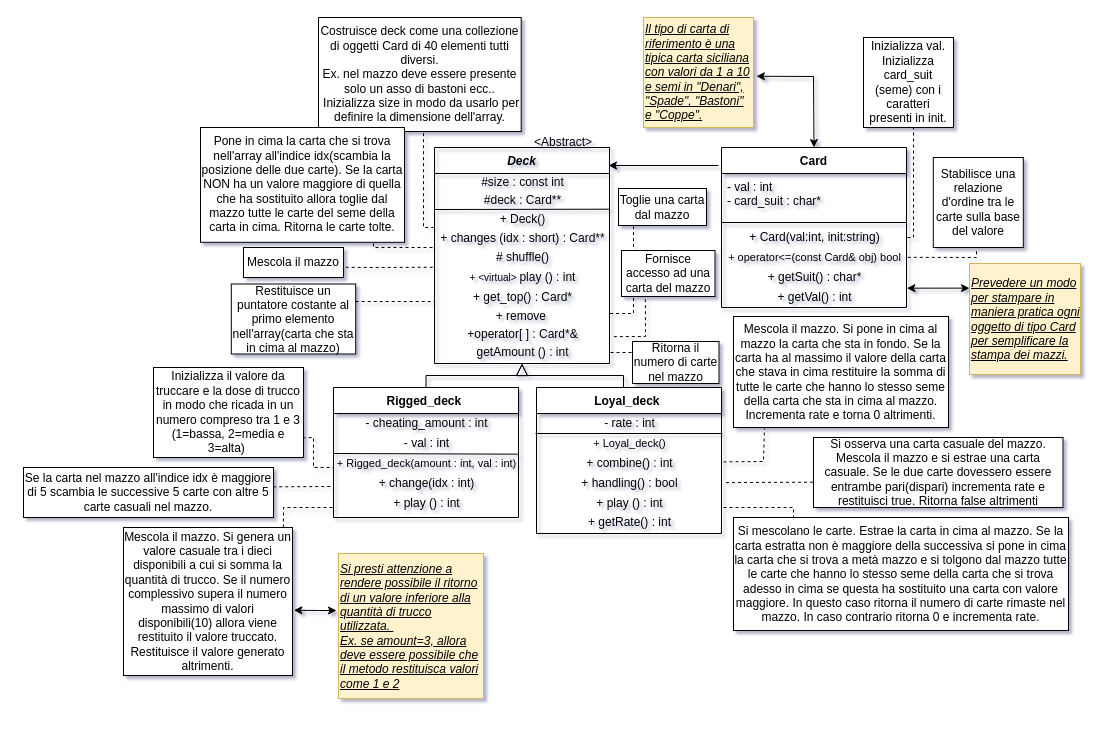
Above: Lab.-ProgI-AA-2022/Deck/DiagrammaDeck.drawio in nameisalfio/ProgI (draw.io), before the change. Source tidied: cells renumbered, new cells numbered last; positions are measured from the earlier drawing's top-left corner, leaving out a move shared by most shapes. Both pictures are drawn from the tidied source at 100%, with x=0, y=0 at pixel (23, 17).
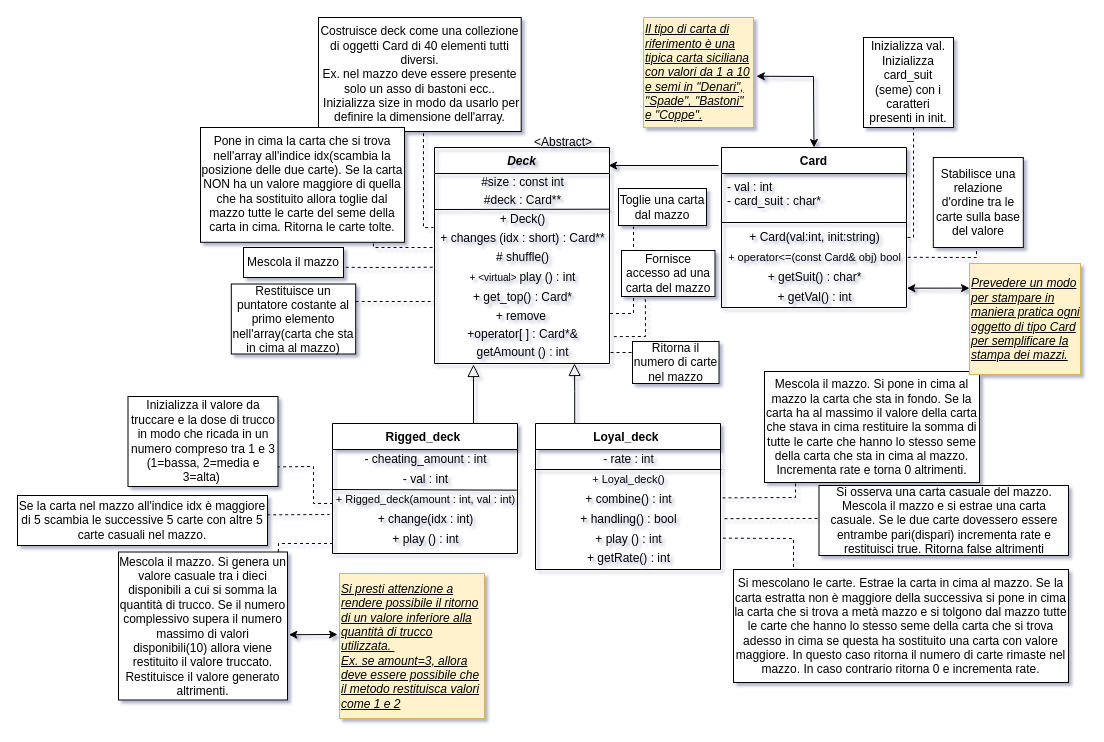
The same diagram, later.

The change refers to these unchanged cells:
```xml
<mxCell id="2" value="Deck" style="swimlane;fontStyle=3;align=center;verticalAlign=top;horizontal=1;startSize=26;rounded=0;shadow=0;strokeWidth=1;fillColor=none;" parent="1" vertex="1">
  <mxGeometry x="411" y="130" width="175" height="216" as="geometry" />
</mxCell>
<mxCell id="18" value="&lt;font style=&quot;font-size: 11px;&quot;&gt;+ Rigged_deck(amount : int, val : int)&lt;/font&gt;" style="text;html=1;align=center;verticalAlign=middle;points=[];strokeColor=none;fillColor=none;rounded=0;" parent="14" vertex="1">
  <mxGeometry y="66" width="185" height="20" as="geometry" />
</mxCell>
<mxCell id="20" value="+ play () : int" style="text;html=1;align=center;verticalAlign=middle;points=[];strokeColor=none;fillColor=none;rounded=0;" parent="14" vertex="1">
  <mxGeometry y="106" width="185" height="20" as="geometry" />
</mxCell>
<mxCell id="58" value="+ combine() : int" style="text;html=1;align=center;verticalAlign=middle;points=[];strokeColor=none;fillColor=none;rounded=0;" parent="54" vertex="1">
  <mxGeometry y="66" width="185" height="20" as="geometry" />
</mxCell>
<mxCell id="59" value="+ handling() : bool" style="text;html=1;align=center;verticalAlign=middle;points=[];strokeColor=none;fillColor=none;rounded=0;" parent="54" vertex="1">
  <mxGeometry y="86" width="185" height="20" as="geometry" />
</mxCell>
<mxCell id="60" value="+ play () : int" style="text;html=1;align=center;verticalAlign=middle;points=[];strokeColor=none;fillColor=none;rounded=0;" parent="54" vertex="1">
  <mxGeometry y="106" width="185" height="20" as="geometry" />
</mxCell>
```

What changed in the source:
```diff
@@
     <mxCell id="14" value="Rigged_deck " style="swimlane;fontStyle=1;align=center;verticalAlign=top;horizontal=1;startSize=26;rounded=0;shadow=0;strokeWidth=1;" parent="1" vertex="1">
-      <mxGeometry x="310" y="370" width="185" height="130" as="geometry" />
+      <mxGeometry x="309" y="406" width="185" height="130" as="geometry" />
     </mxCell>
@@
-    <mxCell id="21" style="endArrow=block;endSize=10;endFill=0;shadow=0;strokeWidth=1;rounded=0;edgeStyle=elbowEdgeStyle;elbow=vertical;" parent="1" edge="1" source="14" target="2">
-      <mxGeometry relative="1" as="geometry" />
+    <mxCell id="21" style="endArrow=block;endSize=10;endFill=0;shadow=0;strokeWidth=1;rounded=0;edgeStyle=elbowEdgeStyle;elbow=vertical;" parent="1" edge="1" source="14">
+      <mxGeometry relative="1" as="geometry">
+        <mxPoint x="450" y="347" as="targetPoint" />
+        <Array as="points">
+          <mxPoint x="450" y="361" />
+        </Array>
+      </mxGeometry>
     </mxCell>
     <mxCell id="22" style="edgeStyle=orthogonalEdgeStyle;rounded=0;orthogonalLoop=1;jettySize=auto;html=1;exitX=1;exitY=1;exitDx=0;exitDy=0;fontSize=12;" parent="1" edge="1">
       <mxGeometry relative="1" as="geometry">
-        <mxPoint x="680" y="490" as="sourcePoint" />
-        <mxPoint x="680" y="490.1" as="targetPoint" />
+        <mxPoint x="679" y="526" as="sourcePoint" />
+        <mxPoint x="679" y="526.1" as="targetPoint" />
       </mxGeometry>
     </mxCell>
-    <mxCell id="23" style="endArrow=block;endSize=10;endFill=0;shadow=0;strokeWidth=1;rounded=0;edgeStyle=elbowEdgeStyle;elbow=vertical;" parent="1" edge="1" target="2">
+    <mxCell id="23" style="endArrow=block;endSize=10;endFill=0;shadow=0;strokeWidth=1;rounded=0;edgeStyle=elbowEdgeStyle;elbow=vertical;exitX=0.212;exitY=-0.002;exitDx=0;exitDy=0;exitPerimeter=0;" parent="1" edge="1" source="54" target="2">
       <mxGeometry relative="1" as="geometry">
-        <mxPoint x="600" y="370" as="sourcePoint" />
+        <Array as="points">
+          <mxPoint x="551" y="374" />
+          <mxPoint x="551" y="372" />
+          <mxPoint x="499" y="376" />
+        </Array>
       </mxGeometry>
     </mxCell>
@@
     <mxCell id="47" style="endArrow=none;dashed=1;html=1;rounded=0;entryX=0;entryY=0.7;entryDx=0;entryDy=0;entryPerimeter=0;exitX=0.994;exitY=0.782;exitDx=0;exitDy=0;exitPerimeter=0;" parent="1" edge="1" source="48" target="18">
       <mxGeometry relative="1" as="geometry">
         <Array as="points">
-          <mxPoint x="290" y="420" />
-          <mxPoint x="290" y="450" />
+          <mxPoint x="290" y="449" />
+          <mxPoint x="290" y="486" />
         </Array>
       </mxGeometry>
     </mxCell>
     <mxCell id="48" value="Inizializza il valore da truccare e la dose di trucco in modo che ricada in un numero compreso tra 1 e 3 (1=bassa, 2=media e 3=alta)&amp;nbsp;" style="rounded=0;whiteSpace=wrap;html=1;" parent="1" vertex="1">
-      <mxGeometry x="130" y="350" width="150" height="90" as="geometry" />
+      <mxGeometry x="104.5" y="379" width="150" height="90" as="geometry" />
     </mxCell>
     <mxCell id="49" value="Mescola il mazzo. Si genera un valore casuale tra i dieci disponibili a cui si somma la quantità di trucco. Se il numero complessivo supera il numero massimo di valori disponibili(10) allora viene restituito il valore truccato. Restituisce il valore generato altrimenti." style="rounded=0;whiteSpace=wrap;html=1;" parent="1" vertex="1">
-      <mxGeometry x="100" y="510" width="169" height="148" as="geometry" />
+      <mxGeometry x="95" y="534.5" width="169" height="148" as="geometry" />
     </mxCell>
     <mxCell id="50" style="endArrow=none;dashed=1;html=1;rounded=0;fontSize=11;exitX=0.946;exitY=0;exitDx=0;exitDy=0;exitPerimeter=0;entryX=0;entryY=0.7;entryDx=0;entryDy=0;entryPerimeter=0;" parent="1" edge="1" source="49" target="20">
       <mxGeometry relative="1" as="geometry">
         <Array as="points">
-          <mxPoint x="260" y="490" />
+          <mxPoint x="255" y="526" />
         </Array>
       </mxGeometry>
     </mxCell>
     <mxCell id="51" value="Si mescolano le carte. Estrae la carta in cima al mazzo. Se la carta estratta non è maggiore della successiva si pone in cima la carta che si trova a metà mazzo e si tolgono dal mazzo tutte le carte che hanno lo stesso seme della carta che si trova adesso in cima se questa ha sostituito una carta con valore maggiore. In questo caso ritorna il numero di carte rimaste nel mazzo. In caso contrario ritorna 0 e incrementa rate." style="rounded=0;whiteSpace=wrap;html=1;" parent="1" vertex="1">
-      <mxGeometry x="710" y="500" width="335" height="113" as="geometry" />
+      <mxGeometry x="710" y="552" width="335" height="113" as="geometry" />
     </mxCell>
     <mxCell id="52" value="Se la carta nel mazzo all'indice idx è maggiore di 5 scambia le successive 5 carte con altre 5 carte casuali nel mazzo." style="rounded=0;whiteSpace=wrap;html=1;" parent="1" vertex="1">
-      <mxGeometry y="450" width="250" height="50" as="geometry" />
+      <mxGeometry x="-6" y="478" width="250" height="50" as="geometry" />
     </mxCell>
     <mxCell id="53" style="endArrow=none;dashed=1;html=1;rounded=0;fontSize=11;exitX=0.999;exitY=0.387;exitDx=0;exitDy=0;exitPerimeter=0;" parent="1" edge="1" source="52">
       <mxGeometry relative="1" as="geometry">
-        <mxPoint x="309" y="469" as="targetPoint" />
+        <mxPoint x="306" y="497" as="targetPoint" />
       </mxGeometry>
     </mxCell>
     <mxCell id="54" value="Loyal_deck " style="swimlane;fontStyle=1;align=center;verticalAlign=top;horizontal=1;startSize=26;rounded=0;shadow=0;strokeWidth=1;" parent="1" vertex="1">
-      <mxGeometry x="513" y="370" width="185" height="146" as="geometry" />
+      <mxGeometry x="512" y="406" width="185" height="146" as="geometry" />
     </mxCell>
@@
-    <mxCell id="62" style="endArrow=none;dashed=1;html=1;rounded=0;fontSize=12;entryX=0.179;entryY=-0.006;entryDx=0;entryDy=0;entryPerimeter=0;" parent="1" edge="1" target="51">
+    <mxCell id="62" style="endArrow=none;dashed=1;html=1;rounded=0;fontSize=12;entryX=0.179;entryY=-0.006;entryDx=0;entryDy=0;entryPerimeter=0;exitX=1.013;exitY=0.433;exitDx=0;exitDy=0;exitPerimeter=0;" parent="1" edge="1" source="60" target="51">
       <mxGeometry relative="1" as="geometry">
-        <mxPoint x="700" y="490" as="sourcePoint" />
         <Array as="points">
-          <mxPoint x="770" y="490" />
+          <mxPoint x="770" y="521" />
         </Array>
       </mxGeometry>
     </mxCell>
     <mxCell id="63" value="Mescola il mazzo. Si pone in cima al mazzo la carta che sta in fondo. Se la carta ha al massimo il valore della carta che stava in cima restituire la somma di tutte le carte che hanno lo stesso seme della carta che sta in cima al mazzo. Incrementa rate e torna&amp;nbsp;0 altrimenti." style="rounded=0;whiteSpace=wrap;html=1;" parent="1" vertex="1">
-      <mxGeometry x="710" y="299" width="215" height="111" as="geometry" />
+      <mxGeometry x="741" y="354" width="215" height="111" as="geometry" />
     </mxCell>
     <mxCell id="64" style="endArrow=none;dashed=1;html=1;rounded=0;fontSize=12;exitX=1.011;exitY=0.42;exitDx=0;exitDy=0;exitPerimeter=0;entryX=0.144;entryY=1.006;entryDx=0;entryDy=0;entryPerimeter=0;" parent="1" edge="1" source="58" target="63">
       <mxGeometry relative="1" as="geometry">
         <Array as="points">
-          <mxPoint x="740" y="444" />
+          <mxPoint x="772" y="480" />
         </Array>
       </mxGeometry>
     </mxCell>
     <mxCell id="65" value="Si osserva una carta casuale del mazzo. Mescola il mazzo e si estrae una carta casuale. Se le due carte dovessero essere entrambe pari(dispari) incrementa rate e restituisci true. Ritorna false altrimenti" style="rounded=0;whiteSpace=wrap;html=1;fontSize=12;" parent="1" vertex="1">
-      <mxGeometry x="790" y="420" width="249.5" height="70" as="geometry" />
+      <mxGeometry x="795.5" y="468" width="249.5" height="70" as="geometry" />
     </mxCell>
-    <mxCell id="66" style="endArrow=none;dashed=1;html=1;rounded=0;fontSize=12;exitX=-0.002;exitY=0.638;exitDx=0;exitDy=0;exitPerimeter=0;entryX=1.011;entryY=0.46;entryDx=0;entryDy=0;entryPerimeter=0;" parent="1" edge="1" source="65" target="59">
+    <mxCell id="66" style="endArrow=none;dashed=1;html=1;rounded=0;fontSize=12;entryX=1.011;entryY=0.46;entryDx=0;entryDy=0;entryPerimeter=0;" parent="1" edge="1" target="59">
       <mxGeometry relative="1" as="geometry">
+        <mxPoint x="794" y="501" as="sourcePoint" />
         <Array as="points">
-          <mxPoint x="720" y="465" />
+          <mxPoint x="742" y="501" />
         </Array>
       </mxGeometry>
     </mxCell>
     <mxCell id="67" value="&lt;div style=&quot;&quot;&gt;&lt;u style=&quot;background-color: initial;&quot;&gt;&lt;i&gt;Si presti attenzione a rendere possibile il ritorno di un valore inferiore alla quantità di trucco utilizzata.&amp;nbsp;&lt;/i&gt;&lt;/u&gt;&lt;/div&gt;&lt;div style=&quot;&quot;&gt;&lt;u style=&quot;background-color: initial;&quot;&gt;&lt;i&gt;Ex. se amount=3, allora deve essere possibile che il metodo restituisca valori come 1 e 2&lt;/i&gt;&lt;/u&gt;&lt;/div&gt;" style="whiteSpace=wrap;html=1;align=left;rounded=0;fillColor=#fff2cc;strokeColor=#d6b656;" parent="1" vertex="1">
-      <mxGeometry x="315" y="536" width="145" height="145" as="geometry" />
+      <mxGeometry x="316" y="556" width="145" height="145" as="geometry" />
     </mxCell>
     <mxCell id="68" style="endArrow=classic;startArrow=classic;html=1;rounded=0;exitX=1.008;exitY=0.559;exitDx=0;exitDy=0;exitPerimeter=0;" parent="1" edge="1" source="49">
       <mxGeometry relative="1" as="geometry">
-        <mxPoint x="313" y="593" as="targetPoint" />
-        <Array as="points">
-          <mxPoint x="295" y="593" />
-        </Array>
+        <mxPoint x="314" y="617" as="targetPoint" />
       </mxGeometry>
     </mxCell>
```
